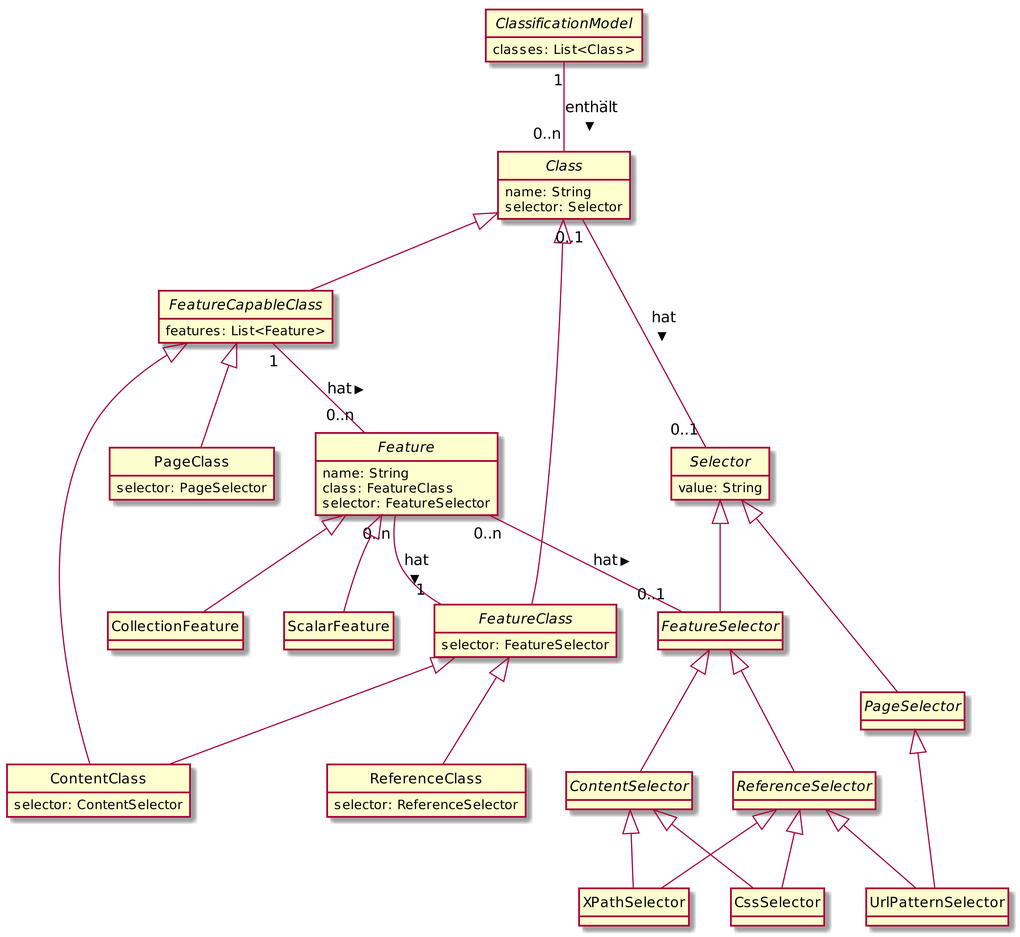
TheGreyKoala/master-thesis keeps this PlantUML diagram as src/main/resources/dsl/model.png. Above is the earlier version.
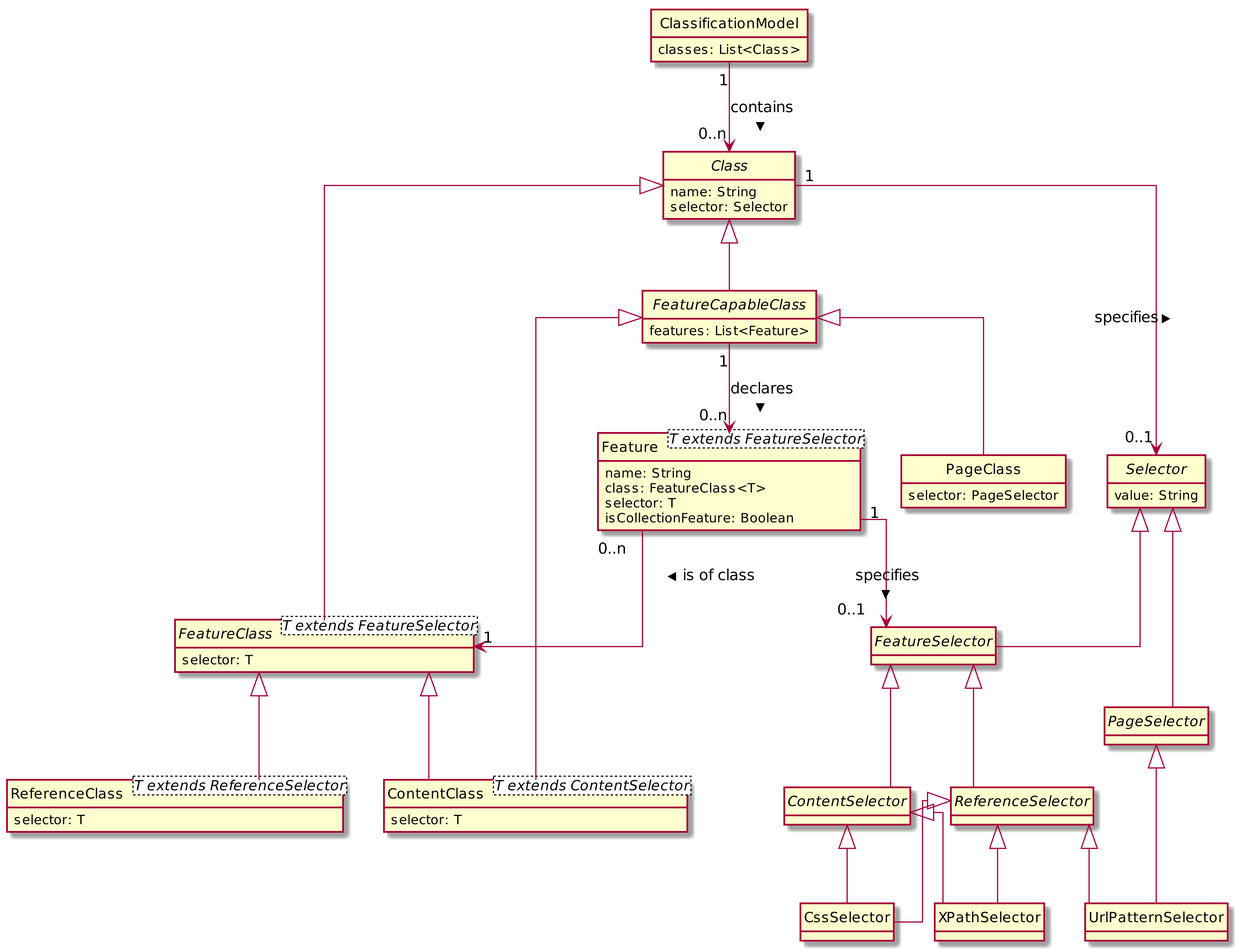
After the commit.

Change to the diagram source:
```diff
@@ -2,22 +2,23 @@
 hide circle
 hide empty methods
 scale 3.25
+skinparam linetype ortho
 
 abstract class Class {
     name: String
     selector: Selector
 }
 
-abstract class ClassificationModel {
+class ClassificationModel {
     classes: List<Class>
 }
 
-class ContentClass {
-    selector: ContentSelector
+class ContentClass<T extends ContentSelector> {
+    selector: T
 }
 
-abstract class FeatureClass {
-    selector: FeatureSelector
+abstract class FeatureClass<T extends FeatureSelector> {
+    selector: T
 }
 
 abstract class FeatureCapableClass {
@@ -28,41 +29,40 @@
     selector: PageSelector
 }
 
-class ReferenceClass {
-    selector: ReferenceSelector
+class ReferenceClass<T extends ReferenceSelector> {
+    selector: T
 }
 
 abstract class Selector
-abstract class Feature
+class Feature
 
 Class <|-- FeatureClass
 Class <|-- FeatureCapableClass
-Class "0..1" -- "0..1" Selector : > hat
-ClassificationModel "1" -- "0..n" Class : > enthält
+Class "1" --> "0..1" Selector : > specifies
+ClassificationModel "1" --> "0..n" Class : > contains
 FeatureCapableClass <|-- ContentClass
-FeatureCapableClass "1" -- "0..n" Feature : > hat
+FeatureCapableClass "1" --> "0..n" Feature : > declares
 FeatureCapableClass <|-- PageClass
 FeatureClass <|-- ContentClass
 FeatureClass <|-- ReferenceClass
 hide circle
 hide empty methods
 scale 3.25
+left to right direction
+skinparam linetype ortho
 
-class CollectionFeature
-abstract class Feature {
+class Feature<T extends FeatureSelector> {
     name: String
-    class: FeatureClass
-    selector: FeatureSelector
+    class: FeatureClass<T>
+    selector: T
+    isCollectionFeature: Boolean
 }
-class ScalarFeature
 
-abstract class FeatureClass
+abstract class FeatureClass<T extends FeatureSelector>
 abstract class FeatureSelector
 
-Feature <|-- CollectionFeature
-Feature "0..n" -- "1" FeatureClass : > hat
-Feature "0..n" -- "0..1" FeatureSelector : > hat
-Feature <|-- ScalarFeature
+Feature "0..n" --> "1" FeatureClass : > is of class
+Feature "1" --> "0..1" FeatureSelector : > specifies
 hide circle
 hide empty methods
 left to right direction
```
